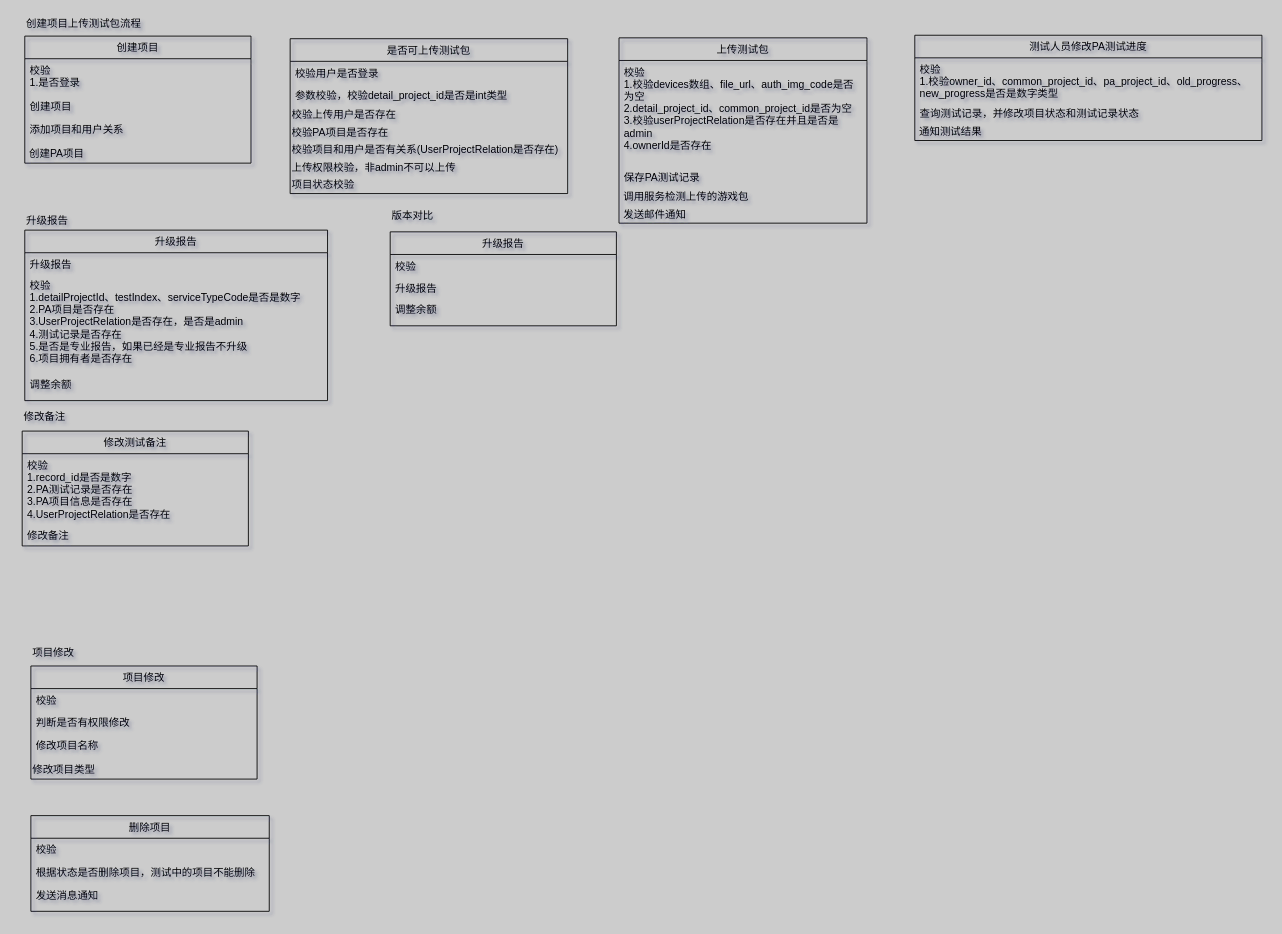
Before: Untitled Diagram.drawio in concurrentWang/SpringBoot-Labs, a draw.io diagram. Source tidied: cells renumbered, new cells numbered last; positions are measured from the earlier drawing's top-left corner, leaving out a move shared by most shapes. Both pictures are drawn from the tidied source at 87%, with x=0, y=0 at pixel (22, 15).
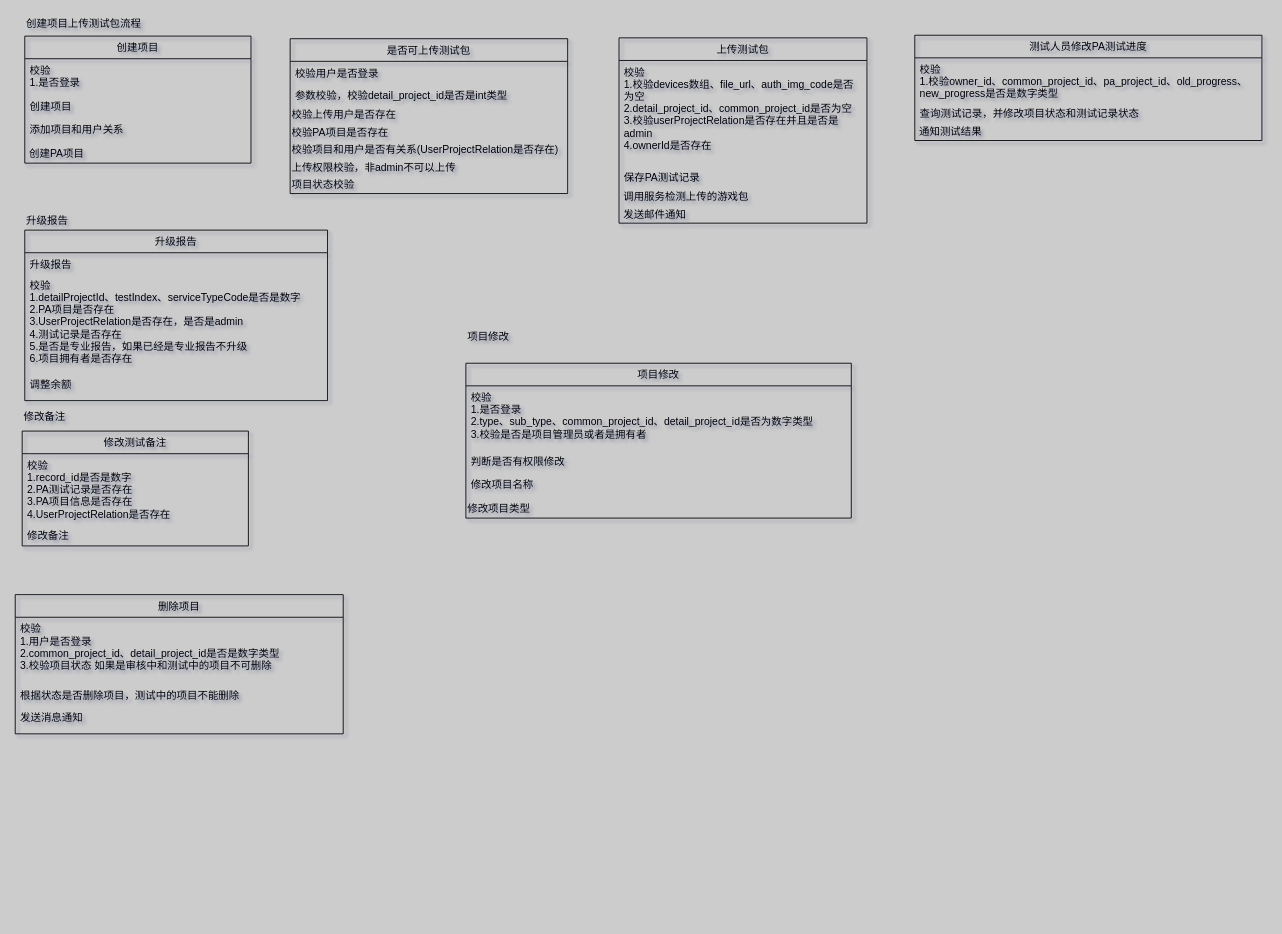
The same page after the edit.

Diff of the diagram source:
```diff
@@
     <mxCell id="34" value="项目修改" style="swimlane;fontStyle=0;horizontal=1;startSize=26;fillColor=none;" parent="1" vertex="1">
-      <mxGeometry x="10" y="748" width="260" height="130" as="geometry" />
+      <mxGeometry x="510" y="400" width="443" height="178" as="geometry" />
     </mxCell>
-    <mxCell id="35" value="校验" style="text;strokeColor=none;fillColor=none;align=left;verticalAlign=top;spacingLeft=4;spacingRight=4;overflow=hidden;" parent="34" vertex="1">
-      <mxGeometry y="26" width="260" height="26" as="geometry" />
+    <mxCell id="35" value="校验&#10;1.是否登录&#10;2.type、sub_type、common_project_id、detail_project_id是否为数字类型&#10;3.校验是否是项目管理员或者是拥有者" style="text;strokeColor=none;fillColor=none;align=left;verticalAlign=top;spacingLeft=4;spacingRight=4;overflow=hidden;" parent="34" vertex="1">
+      <mxGeometry y="26" width="443" height="74" as="geometry" />
     </mxCell>
     <mxCell id="36" value="判断是否有权限修改" style="text;strokeColor=none;fillColor=none;align=left;verticalAlign=top;spacingLeft=4;spacingRight=4;overflow=hidden;" parent="34" vertex="1">
-      <mxGeometry y="52" width="260" height="26" as="geometry" />
+      <mxGeometry y="100" width="443" height="26" as="geometry" />
     </mxCell>
     <mxCell id="37" value="修改项目名称" style="text;strokeColor=none;fillColor=none;align=left;verticalAlign=top;spacingLeft=4;spacingRight=4;overflow=hidden;" parent="34" vertex="1">
-      <mxGeometry y="78" width="260" height="32" as="geometry" />
+      <mxGeometry y="126" width="443" height="32" as="geometry" />
     </mxCell>
     <mxCell id="38" value="修改项目类型" style="text;html=1;strokeColor=none;fillColor=none;align=left;verticalAlign=middle;whiteSpace=wrap;rounded=0;" parent="34" vertex="1">
-      <mxGeometry y="110" width="260" height="20" as="geometry" />
+      <mxGeometry y="158" width="443" height="20" as="geometry" />
     </mxCell>
     <mxCell id="39" value="项目修改" style="text;html=1;strokeColor=none;fillColor=none;align=left;verticalAlign=middle;whiteSpace=wrap;rounded=0;" parent="1" vertex="1">
-      <mxGeometry x="10" y="720" width="106" height="25" as="geometry" />
+      <mxGeometry x="510" y="357" width="106" height="25" as="geometry" />
     </mxCell>
     <mxCell id="40" value="删除项目" style="swimlane;fontStyle=0;horizontal=1;startSize=26;fillColor=none;" parent="1" vertex="1">
-      <mxGeometry x="10" y="920" width="274" height="110" as="geometry" />
+      <mxGeometry x="-8" y="666" width="377" height="160" as="geometry" />
     </mxCell>
-    <mxCell id="41" value="校验" style="text;strokeColor=none;fillColor=none;align=left;verticalAlign=top;spacingLeft=4;spacingRight=4;overflow=hidden;" parent="40" vertex="1">
-      <mxGeometry y="26" width="274" height="26" as="geometry" />
+    <mxCell id="41" value="校验&#10;1.用户是否登录&#10;2.common_project_id、detail_project_id是否是数字类型&#10;3.校验项目状态 如果是审核中和测试中的项目不可删除&#10;" style="text;strokeColor=none;fillColor=none;align=left;verticalAlign=top;spacingLeft=4;spacingRight=4;overflow=hidden;" parent="40" vertex="1">
+      <mxGeometry y="26" width="377" height="76" as="geometry" />
     </mxCell>
     <mxCell id="42" value="根据状态是否删除项目，测试中的项目不能删除" style="text;strokeColor=none;fillColor=none;align=left;verticalAlign=top;spacingLeft=4;spacingRight=4;overflow=hidden;" parent="40" vertex="1">
-      <mxGeometry y="52" width="274" height="26" as="geometry" />
+      <mxGeometry y="102" width="377" height="26" as="geometry" />
     </mxCell>
     <mxCell id="43" value="发送消息通知" style="text;strokeColor=none;fillColor=none;align=left;verticalAlign=top;spacingLeft=4;spacingRight=4;overflow=hidden;" parent="40" vertex="1">
-      <mxGeometry y="78" width="274" height="32" as="geometry" />
+      <mxGeometry y="128" width="377" height="32" as="geometry" />
     </mxCell>
-    <mxCell id="44" value="版本对比" style="text;html=1;strokeColor=none;fillColor=none;align=left;verticalAlign=middle;whiteSpace=wrap;rounded=0;" parent="1" vertex="1">
-      <mxGeometry x="423" y="221" width="93" height="20" as="geometry" />
-    </mxCell>
-    <mxCell id="45" value="升级报告" style="swimlane;fontStyle=0;horizontal=1;startSize=26;fillColor=none;" parent="1" vertex="1">
-      <mxGeometry x="423" y="249" width="260" height="108" as="geometry" />
-    </mxCell>
-    <mxCell id="46" value="校验" style="text;strokeColor=none;fillColor=none;align=left;verticalAlign=top;spacingLeft=4;spacingRight=4;overflow=hidden;" parent="45" vertex="1">
-      <mxGeometry y="26" width="260" height="26" as="geometry" />
-    </mxCell>
-    <mxCell id="47" value="升级报告" style="text;strokeColor=none;fillColor=none;align=left;verticalAlign=top;spacingLeft=4;spacingRight=4;overflow=hidden;" parent="45" vertex="1">
-      <mxGeometry y="52" width="260" height="24" as="geometry" />
-    </mxCell>
-    <mxCell id="48" value="调整余额" style="text;strokeColor=none;fillColor=none;align=left;verticalAlign=top;spacingLeft=4;spacingRight=4;overflow=hidden;" parent="45" vertex="1">
-      <mxGeometry y="76" width="260" height="32" as="geometry" />
-    </mxCell>
```
